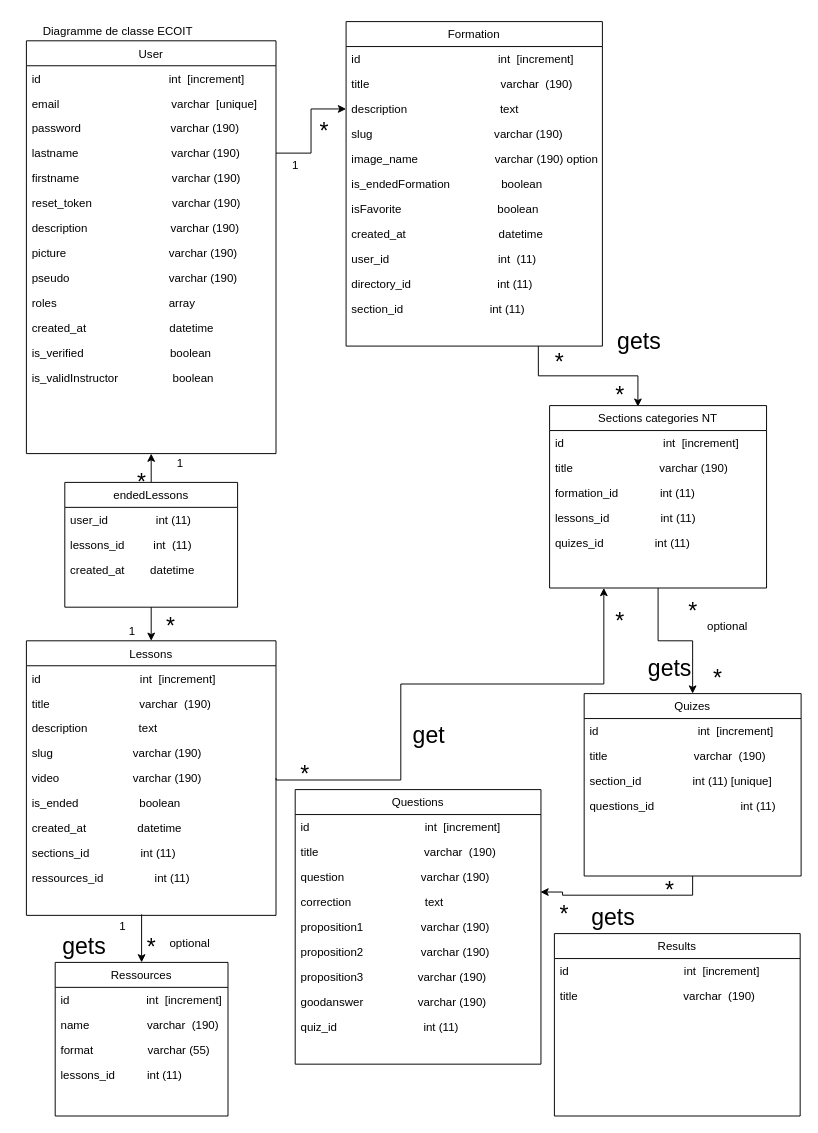
Before: TRT Conseil/diag_de_classe_trt.drawio in cyrisa02/diagrammes-UML, a draw.io diagram. Source tidied: cells renumbered, new cells numbered last; positions are measured from the earlier drawing's top-left corner, leaving out a move shared by most shapes. Both pictures are drawn from the tidied source at 96%, with x=0, y=0 at pixel (26, 21).
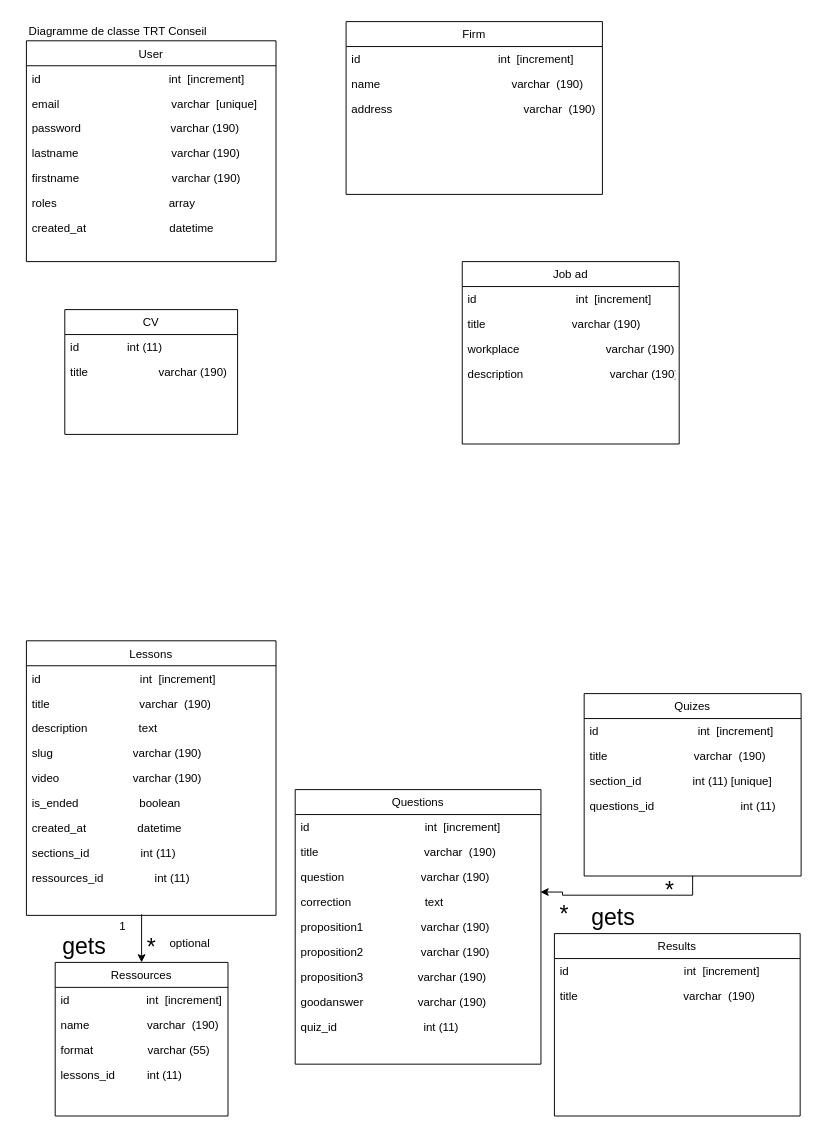
The same page after the edit.

Unchanged cells that the change refers to:
```xml
<mxCell id="6" value="lastname                             varchar (190)" style="text;align=left;verticalAlign=top;spacingLeft=4;spacingRight=4;overflow=hidden;points=[[0,0.5],[1,0.5]];portConstraint=eastwest;" parent="2" vertex="1">
  <mxGeometry y="104" width="260" height="26" as="geometry" />
</mxCell>
<mxCell id="37" value="Lessons" style="swimlane;fontStyle=0;align=center;verticalAlign=top;horizontal=1;startSize=26;rounded=0;shadow=0;strokeWidth=1;" parent="1" vertex="1">
  <mxGeometry y="645" width="260" height="286" as="geometry" />
</mxCell>
<mxCell id="42" value="video                       varchar (190)" style="text;align=left;verticalAlign=top;spacingLeft=4;spacingRight=4;overflow=hidden;points=[[0,0.5],[1,0.5]];portConstraint=eastwest;" parent="37" vertex="1">
  <mxGeometry y="130" width="260" height="26" as="geometry" />
</mxCell>
<mxCell id="66" value="Quizes" style="swimlane;fontStyle=0;align=center;verticalAlign=top;horizontal=1;startSize=26;rounded=0;shadow=0;strokeWidth=1;" parent="1" vertex="1">
  <mxGeometry x="581" y="700" width="226" height="190" as="geometry" />
</mxCell>
```

Diff of the diagram source:
```diff
@@
     <mxCell id="2" value="User" style="swimlane;fontStyle=0;align=center;verticalAlign=top;horizontal=1;startSize=26;rounded=0;shadow=0;strokeWidth=1;" parent="1" vertex="1">
-      <mxGeometry y="20" width="260" height="430" as="geometry" />
+      <mxGeometry y="20" width="260" height="230" as="geometry" />
     </mxCell>
@@
-    <mxCell id="8" value="reset_token                         varchar (190)" style="text;align=left;verticalAlign=top;spacingLeft=4;spacingRight=4;overflow=hidden;" parent="2" vertex="1">
-      <mxGeometry y="156" width="260" height="26" as="geometry" />
-    </mxCell>
-    <mxCell id="9" value="description                          varchar (190)" style="text;align=left;verticalAlign=top;spacingLeft=4;spacingRight=4;overflow=hidden;" parent="2" vertex="1">
-      <mxGeometry y="182" width="260" height="26" as="geometry" />
-    </mxCell>
-    <mxCell id="10" value="picture                                varchar (190)" style="text;align=left;verticalAlign=top;spacingLeft=4;spacingRight=4;overflow=hidden;" parent="2" vertex="1">
-      <mxGeometry y="208" width="260" height="26" as="geometry" />
-    </mxCell>
-    <mxCell id="11" value="pseudo                               varchar (190)" style="text;align=left;verticalAlign=top;spacingLeft=4;spacingRight=4;overflow=hidden;" parent="2" vertex="1">
-      <mxGeometry y="234" width="260" height="26" as="geometry" />
-    </mxCell>
     <mxCell id="12" value="roles                                   array" style="text;align=left;verticalAlign=top;spacingLeft=4;spacingRight=4;overflow=hidden;" parent="2" vertex="1">
-      <mxGeometry y="260" width="260" height="26" as="geometry" />
+      <mxGeometry y="156" width="260" height="26" as="geometry" />
     </mxCell>
     <mxCell id="13" value="created_at                          datetime" style="text;align=left;verticalAlign=top;spacingLeft=4;spacingRight=4;overflow=hidden;" parent="2" vertex="1">
-      <mxGeometry y="286" width="260" height="26" as="geometry" />
+      <mxGeometry y="182" width="260" height="26" as="geometry" />
     </mxCell>
-    <mxCell id="14" value="is_verified                           boolean" style="text;align=left;verticalAlign=top;spacingLeft=4;spacingRight=4;overflow=hidden;" parent="2" vertex="1">
-      <mxGeometry y="312" width="260" height="26" as="geometry" />
-    </mxCell>
-    <mxCell id="15" value="is_validInstructor                 boolean" style="text;align=left;verticalAlign=top;spacingLeft=4;spacingRight=4;overflow=hidden;" parent="2" vertex="1">
-      <mxGeometry y="338" width="260" height="26" as="geometry" />
-    </mxCell>
-    <mxCell id="16" style="edgeStyle=orthogonalEdgeStyle;rounded=0;jettySize=auto;html=1;exitX=0.75;exitY=1;exitDx=0;exitDy=0;entryX=0.407;entryY=0.006;entryDx=0;entryDy=0;entryPerimeter=0;" parent="1" edge="1" source="17" target="30">
-      <mxGeometry relative="1" as="geometry" />
-    </mxCell>
-    <mxCell id="17" value="Formation" style="swimlane;fontStyle=0;align=center;verticalAlign=top;horizontal=1;startSize=26;rounded=0;shadow=0;strokeWidth=1;" parent="1" vertex="1">
-      <mxGeometry x="333" width="267" height="338" as="geometry" />
+    <mxCell id="17" value="Firm" style="swimlane;fontStyle=0;align=center;verticalAlign=top;horizontal=1;startSize=26;rounded=0;shadow=0;strokeWidth=1;" parent="1" vertex="1">
+      <mxGeometry x="333" width="267" height="180" as="geometry" />
     </mxCell>
@@
-    <mxCell id="19" value="title                                         varchar  (190)" style="text;align=left;verticalAlign=top;spacingLeft=4;spacingRight=4;overflow=hidden;" parent="17" vertex="1">
+    <mxCell id="19" value="name                                         varchar  (190)" style="text;align=left;verticalAlign=top;spacingLeft=4;spacingRight=4;overflow=hidden;" parent="17" vertex="1">
       <mxGeometry y="52" width="267" height="26" as="geometry" />
     </mxCell>
-    <mxCell id="20" value="description                             text" style="text;align=left;verticalAlign=top;spacingLeft=4;spacingRight=4;overflow=hidden;points=[[0,0.5],[1,0.5]];portConstraint=eastwest;" parent="17" vertex="1">
-      <mxGeometry y="78" width="267" height="26" as="geometry" />
-    </mxCell>
-    <mxCell id="21" value="slug                                      varchar (190)" style="text;align=left;verticalAlign=top;spacingLeft=4;spacingRight=4;overflow=hidden;" parent="17" vertex="1">
-      <mxGeometry y="104" width="267" height="26" as="geometry" />
-    </mxCell>
-    <mxCell id="22" value="image_name                        varchar (190) option" style="text;align=left;verticalAlign=top;spacingLeft=4;spacingRight=4;overflow=hidden;" parent="17" vertex="1">
-      <mxGeometry y="130" width="267" height="26" as="geometry" />
-    </mxCell>
-    <mxCell id="23" value="is_endedFormation                boolean" style="text;align=left;verticalAlign=top;spacingLeft=4;spacingRight=4;overflow=hidden;" parent="17" vertex="1">
-      <mxGeometry y="156" width="267" height="26" as="geometry" />
-    </mxCell>
-    <mxCell id="24" value="isFavorite                              boolean" style="text;align=left;verticalAlign=top;spacingLeft=4;spacingRight=4;overflow=hidden;" parent="17" vertex="1">
-      <mxGeometry y="182" width="267" height="26" as="geometry" />
-    </mxCell>
-    <mxCell id="25" value="created_at                             datetime" style="text;align=left;verticalAlign=top;spacingLeft=4;spacingRight=4;overflow=hidden;" parent="17" vertex="1">
-      <mxGeometry y="208" width="267" height="26" as="geometry" />
-    </mxCell>
-    <mxCell id="26" value="user_id                                  int  (11)" style="text;align=left;verticalAlign=top;spacingLeft=4;spacingRight=4;overflow=hidden;" parent="17" vertex="1">
-      <mxGeometry y="234" width="267" height="26" as="geometry" />
-    </mxCell>
-    <mxCell id="27" value="directory_id                           int (11)" style="text;align=left;verticalAlign=top;spacingLeft=4;spacingRight=4;overflow=hidden;" parent="17" vertex="1">
-      <mxGeometry y="260" width="267" height="26" as="geometry" />
-    </mxCell>
-    <mxCell id="28" value="section_id                           int (11)" style="text;align=left;verticalAlign=top;spacingLeft=4;spacingRight=4;overflow=hidden;" parent="17" vertex="1">
-      <mxGeometry y="286" width="267" height="26" as="geometry" />
-    </mxCell>
-    <mxCell id="29" style="edgeStyle=orthogonalEdgeStyle;rounded=0;jettySize=auto;html=1;exitX=0.5;exitY=1;exitDx=0;exitDy=0;" parent="1" edge="1" source="30" target="66">
-      <mxGeometry relative="1" as="geometry" />
-    </mxCell>
+    <mxCell id="103" value="address                                         varchar  (190)" style="text;align=left;verticalAlign=top;spacingLeft=4;spacingRight=4;overflow=hidden;" parent="17" vertex="1">
+      <mxGeometry y="78" width="267" height="26" as="geometry" />
+    </mxCell>
-    <mxCell id="30" value="Sections categories NT" style="swimlane;fontStyle=0;align=center;verticalAlign=top;horizontal=1;startSize=26;rounded=0;shadow=0;strokeWidth=1;" parent="1" vertex="1">
-      <mxGeometry x="545" y="400" width="226" height="190" as="geometry" />
+    <mxCell id="30" value="Job ad" style="swimlane;fontStyle=0;align=center;verticalAlign=top;horizontal=1;startSize=26;rounded=0;shadow=0;strokeWidth=1;" parent="1" vertex="1">
+      <mxGeometry x="454" y="250" width="226" height="190" as="geometry" />
     </mxCell>
@@
-    <mxCell id="33" value="formation_id             int (11)" style="text;align=left;verticalAlign=top;spacingLeft=4;spacingRight=4;overflow=hidden;" parent="30" vertex="1">
-      <mxGeometry y="78" width="226" height="26" as="geometry" />
-    </mxCell>
-    <mxCell id="34" value="lessons_id                int (11)" style="text;align=left;verticalAlign=top;spacingLeft=4;spacingRight=4;overflow=hidden;" parent="30" vertex="1">
-      <mxGeometry y="104" width="226" height="26" as="geometry" />
-    </mxCell>
-    <mxCell id="35" value="quizes_id                int (11)" style="text;align=left;verticalAlign=top;spacingLeft=4;spacingRight=4;overflow=hidden;" parent="30" vertex="1">
-      <mxGeometry y="130" width="226" height="26" as="geometry" />
-    </mxCell>
+    <mxCell id="104" value="workplace                           varchar (190)" style="text;align=left;verticalAlign=top;spacingLeft=4;spacingRight=4;overflow=hidden;" parent="30" vertex="1">
+      <mxGeometry y="78" width="226" height="26" as="geometry" />
+    </mxCell>
+    <mxCell id="9" value="description                           varchar (190)" style="text;align=left;verticalAlign=top;spacingLeft=4;spacingRight=4;overflow=hidden;" parent="30" vertex="1">
+      <mxGeometry y="104" width="226" height="26" as="geometry" />
+    </mxCell>
@@
-    <mxCell id="57" style="edgeStyle=orthogonalEdgeStyle;rounded=0;jettySize=auto;html=1;exitX=1;exitY=0.5;exitDx=0;exitDy=0;entryX=0;entryY=0.5;entryDx=0;entryDy=0;" parent="1" edge="1" source="6" target="20">
-      <mxGeometry relative="1" as="geometry" />
-    </mxCell>
-    <mxCell id="58" style="edgeStyle=orthogonalEdgeStyle;rounded=0;jettySize=auto;html=1;entryX=0.25;entryY=1;entryDx=0;entryDy=0;exitX=1;exitY=0.5;exitDx=0;exitDy=0;" parent="1" edge="1" source="42" target="30">
-      <mxGeometry relative="1" as="geometry">
-        <Array as="points">
-          <mxPoint x="260" y="790" />
-          <mxPoint x="390" y="790" />
-          <mxPoint x="390" y="690" />
-          <mxPoint x="602" y="690" />
-        </Array>
-      </mxGeometry>
-    </mxCell>
@@
-    <mxCell id="71" value="optional" style="text;html=1;align=center;verticalAlign=middle;fillColor=none;strokeColor=none;rounded=0;" parent="1" vertex="1">
-      <mxGeometry x="700" y="620" width="60" height="20" as="geometry" />
-    </mxCell>
-    <mxCell id="72" value="*" style="text;html=1;align=center;verticalAlign=middle;fillColor=none;strokeColor=none;rounded=0;fontSize=24;" parent="1" vertex="1">
-      <mxGeometry x="300" y="100" width="20" height="30" as="geometry" />
-    </mxCell>
-    <mxCell id="73" value="1" style="text;html=1;align=center;verticalAlign=middle;fillColor=none;strokeColor=none;rounded=0;" parent="1" vertex="1">
-      <mxGeometry x="270" y="140" width="20" height="20" as="geometry" />
-    </mxCell>
-    <mxCell id="74" value="*" style="text;html=1;align=center;verticalAlign=middle;fillColor=none;strokeColor=none;rounded=0;fontSize=24;" parent="1" vertex="1">
-      <mxGeometry x="545" y="340" width="20" height="30" as="geometry" />
-    </mxCell>
@@
-    <mxCell id="78" value="&lt;font style=&quot;font-size: 24px;&quot;&gt;get&lt;/font&gt;&lt;font style=&quot;font-size: 24px;&quot;&gt;s&lt;/font&gt;" style="text;html=1;align=center;verticalAlign=middle;fillColor=none;strokeColor=none;rounded=0;fontSize=48;" parent="1" vertex="1">
-      <mxGeometry x="608" y="290" width="60" height="70" as="geometry" />
-    </mxCell>
-    <mxCell id="79" value="&lt;font style=&quot;font-size: 24px;&quot;&gt;get&lt;/font&gt;&lt;font style=&quot;font-size: 24px;&quot;&gt;s&lt;/font&gt;" style="text;html=1;align=center;verticalAlign=middle;fillColor=none;strokeColor=none;rounded=0;fontSize=48;" parent="1" vertex="1">
-      <mxGeometry x="640" y="630" width="60" height="70" as="geometry" />
-    </mxCell>
-    <mxCell id="80" value="&lt;font style=&quot;font-size: 24px;&quot;&gt;get&lt;/font&gt;" style="text;html=1;align=center;verticalAlign=middle;fillColor=none;strokeColor=none;rounded=0;fontSize=48;" parent="1" vertex="1">
-      <mxGeometry x="394" y="700" width="50" height="70" as="geometry" />
-    </mxCell>
@@
-    <mxCell id="83" value="Diagramme de classe ECOIT" style="text;html=1;align=center;verticalAlign=middle;fillColor=none;strokeColor=none;rounded=0;" parent="1" vertex="1">
-      <mxGeometry x="10" width="170" height="20" as="geometry" />
+    <mxCell id="83" value="Diagramme de classe TRT Conseil" style="text;html=1;align=center;verticalAlign=middle;fillColor=none;strokeColor=none;rounded=0;" parent="1" vertex="1">
+      <mxGeometry x="-10" y="-5" width="210" height="30" as="geometry" />
     </mxCell>
-    <mxCell id="84" value="*" style="text;html=1;align=center;verticalAlign=middle;fillColor=none;strokeColor=none;rounded=0;fontSize=24;" parent="1" vertex="1">
-      <mxGeometry x="608" y="610" width="20" height="30" as="geometry" />
-    </mxCell>
-    <mxCell id="85" style="edgeStyle=orthogonalEdgeStyle;rounded=0;jettySize=auto;html=1;exitX=0.5;exitY=0;exitDx=0;exitDy=0;entryX=0.5;entryY=1;entryDx=0;entryDy=0;" parent="1" edge="1" source="87" target="2">
-      <mxGeometry relative="1" as="geometry" />
-    </mxCell>
-    <mxCell id="86" style="edgeStyle=orthogonalEdgeStyle;rounded=0;jettySize=auto;html=1;exitX=0.5;exitY=1;exitDx=0;exitDy=0;entryX=0.5;entryY=0;entryDx=0;entryDy=0;" parent="1" edge="1" source="87" target="37">
-      <mxGeometry relative="1" as="geometry" />
-    </mxCell>
-    <mxCell id="87" value="endedLessons" style="swimlane;fontStyle=0;align=center;verticalAlign=top;horizontal=1;startSize=26;rounded=0;shadow=0;strokeWidth=1;" parent="1" vertex="1">
-      <mxGeometry x="40" y="480" width="180" height="130" as="geometry" />
+    <mxCell id="87" value="CV" style="swimlane;fontStyle=0;align=center;verticalAlign=top;horizontal=1;startSize=26;rounded=0;shadow=0;strokeWidth=1;" parent="1" vertex="1">
+      <mxGeometry x="40" y="300" width="180" height="130" as="geometry" />
     </mxCell>
-    <mxCell id="88" value="user_id               int (11)" style="text;align=left;verticalAlign=top;spacingLeft=4;spacingRight=4;overflow=hidden;" parent="87" vertex="1">
+    <mxCell id="88" value="id               int (11)" style="text;align=left;verticalAlign=top;spacingLeft=4;spacingRight=4;overflow=hidden;" parent="87" vertex="1">
       <mxGeometry y="26" width="180" height="26" as="geometry" />
     </mxCell>
-    <mxCell id="89" value="lessons_id         int  (11)" style="text;align=left;verticalAlign=top;spacingLeft=4;spacingRight=4;overflow=hidden;" parent="87" vertex="1">
-      <mxGeometry y="52" width="180" height="26" as="geometry" />
-    </mxCell>
-    <mxCell id="90" value="created_at        datetime" style="text;align=left;verticalAlign=top;spacingLeft=4;spacingRight=4;overflow=hidden;" parent="87" vertex="1">
-      <mxGeometry y="78" width="180" height="26" as="geometry" />
-    </mxCell>
-    <mxCell id="91" value="1" style="text;html=1;align=center;verticalAlign=middle;fillColor=none;strokeColor=none;rounded=0;" parent="1" vertex="1">
-      <mxGeometry x="150" y="450" width="20" height="20" as="geometry" />
-    </mxCell>
-    <mxCell id="92" value="&lt;font style=&quot;font-size: 24px;&quot;&gt;*&lt;/font&gt;" style="text;html=1;align=center;verticalAlign=middle;fillColor=none;strokeColor=none;rounded=0;" parent="1" vertex="1">
-      <mxGeometry x="110" y="470" width="20" height="20" as="geometry" />
-    </mxCell>
-    <mxCell id="93" value="1" style="text;html=1;align=center;verticalAlign=middle;fillColor=none;strokeColor=none;rounded=0;" parent="1" vertex="1">
-      <mxGeometry x="100" y="625" width="20" height="20" as="geometry" />
-    </mxCell>
-    <mxCell id="94" value="*" style="text;html=1;align=center;verticalAlign=middle;fillColor=none;strokeColor=none;rounded=0;fontSize=24;" parent="1" vertex="1">
-      <mxGeometry x="140" y="615" width="20" height="30" as="geometry" />
-    </mxCell>
+    <mxCell id="105" value="title                      varchar (190)" style="text;align=left;verticalAlign=top;spacingLeft=4;spacingRight=4;overflow=hidden;" parent="87" vertex="1">
+      <mxGeometry y="52" width="180" height="26" as="geometry" />
+    </mxCell>
@@
-    <mxCell id="96" value="*" style="text;html=1;align=center;verticalAlign=middle;fillColor=none;strokeColor=none;rounded=0;fontSize=24;" parent="1" vertex="1">
-      <mxGeometry x="684" y="600" width="20" height="30" as="geometry" />
-    </mxCell>
-    <mxCell id="97" value="*" style="text;html=1;align=center;verticalAlign=middle;fillColor=none;strokeColor=none;rounded=0;fontSize=24;" parent="1" vertex="1">
-      <mxGeometry x="710" y="670" width="20" height="30" as="geometry" />
-    </mxCell>
-    <mxCell id="98" value="*" style="text;html=1;align=center;verticalAlign=middle;fillColor=none;strokeColor=none;rounded=0;fontSize=24;" parent="1" vertex="1">
-      <mxGeometry x="280" y="770" width="20" height="30" as="geometry" />
-    </mxCell>
-    <mxCell id="99" value="*" style="text;html=1;align=center;verticalAlign=middle;fillColor=none;strokeColor=none;rounded=0;fontSize=24;" parent="1" vertex="1">
-      <mxGeometry x="608" y="375" width="20" height="30" as="geometry" />
-    </mxCell>
```
